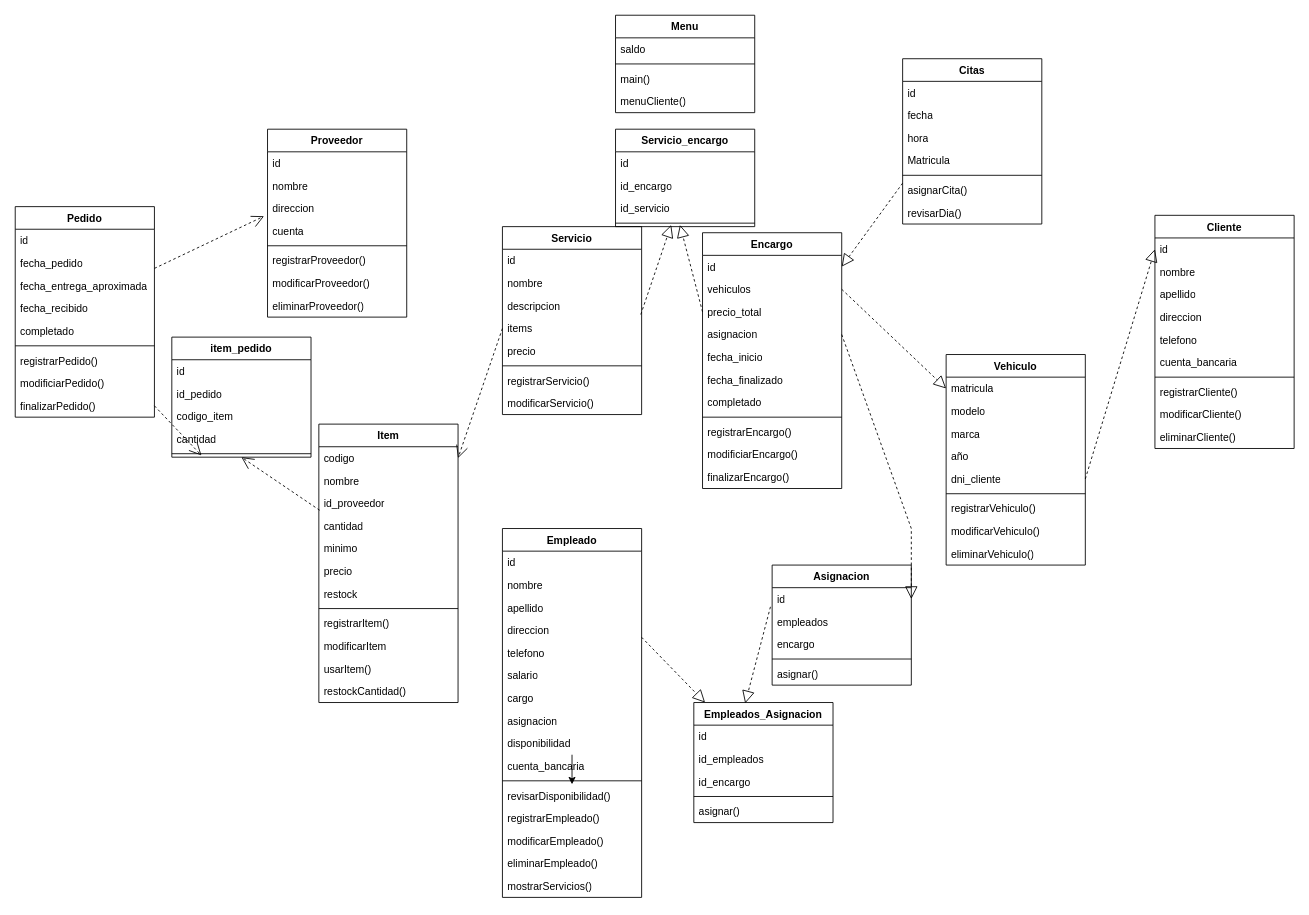
The draw.io diagram DiagramaClases.drawio in fabricio-cesur/Gestor-Taller, before the edit. Source tidied: cells renumbered, new cells numbered last; positions are measured from the earlier drawing's top-left corner, leaving out a move shared by most shapes. Both pictures are drawn from the tidied source at 87%, with x=0, y=0 at pixel (15, 15).
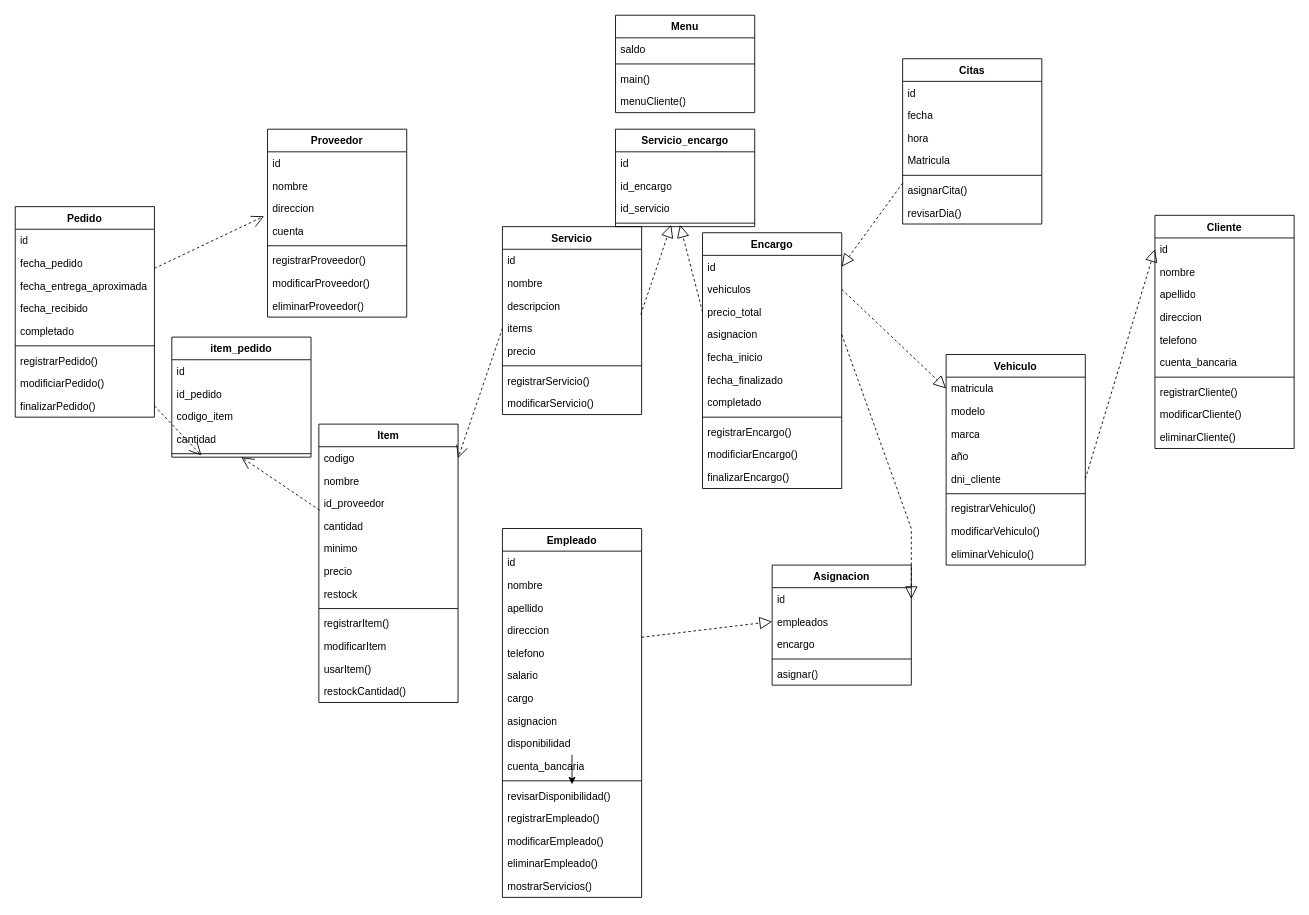
Above is the later version.

Unchanged cells that the change refers to:
```xml
<mxCell id="57" value="direccion" style="text;strokeColor=none;fillColor=none;align=left;verticalAlign=top;spacingLeft=4;spacingRight=4;overflow=hidden;points=[[0,0.5],[1,0.5]];portConstraint=eastwest;whiteSpace=wrap;html=1;" parent="53" vertex="1">
  <mxGeometry y="104" width="160" height="26" as="geometry" />
</mxCell>
<mxCell id="72" value="id&lt;div&gt;&lt;br&gt;&lt;/div&gt;" style="text;strokeColor=none;fillColor=none;align=left;verticalAlign=top;spacingLeft=4;spacingRight=4;overflow=hidden;points=[[0,0.5],[1,0.5]];portConstraint=eastwest;whiteSpace=wrap;html=1;" parent="71" vertex="1">
  <mxGeometry y="26" width="160" height="26" as="geometry" />
</mxCell>
<mxCell id="73" value="empleados" style="text;strokeColor=none;fillColor=none;align=left;verticalAlign=top;spacingLeft=4;spacingRight=4;overflow=hidden;points=[[0,0.5],[1,0.5]];portConstraint=eastwest;whiteSpace=wrap;html=1;" parent="71" vertex="1">
  <mxGeometry y="52" width="160" height="26" as="geometry" />
</mxCell>
```

Change to the diagram source:
```diff
@@
-    <mxCell id="91" style="endArrow=block;dashed=1;endFill=0;endSize=12;html=1;rounded=0;exitX=1;exitY=0.808;exitDx=0;exitDy=0;exitPerimeter=0;" parent="1" edge="1" source="57" target="135">
+    <mxCell id="91" style="endArrow=block;dashed=1;endFill=0;endSize=12;html=1;rounded=0;exitX=1;exitY=0.808;exitDx=0;exitDy=0;exitPerimeter=0;entryX=0;entryY=0.5;entryDx=0;entryDy=0;" parent="1" edge="1" source="57" target="73">
       <mxGeometry relative="1" as="geometry" />
     </mxCell>
@@
-    <mxCell id="135" value="&lt;span style=&quot;color: rgb(0, 0, 0);&quot;&gt;Empleados_&lt;/span&gt;Asignacion" style="swimlane;fontStyle=1;align=center;verticalAlign=top;horizontal=1;startSize=26;whiteSpace=wrap;html=1;" parent="1" vertex="1">
-      <mxGeometry x="780" y="790" width="160" height="138" as="geometry" />
-    </mxCell>
-    <mxCell id="136" value="id&lt;div&gt;&lt;br&gt;&lt;/div&gt;" style="text;strokeColor=none;fillColor=none;align=left;verticalAlign=top;spacingLeft=4;spacingRight=4;overflow=hidden;whiteSpace=wrap;html=1;" parent="135" vertex="1">
-      <mxGeometry y="26" width="160" height="26" as="geometry" />
-    </mxCell>
-    <mxCell id="137" value="id_empleados" style="text;strokeColor=none;fillColor=none;align=left;verticalAlign=top;spacingLeft=4;spacingRight=4;overflow=hidden;whiteSpace=wrap;html=1;" parent="135" vertex="1">
-      <mxGeometry y="52" width="160" height="26" as="geometry" />
-    </mxCell>
-    <mxCell id="138" value="id_encargo" style="text;strokeColor=none;fillColor=none;align=left;verticalAlign=top;spacingLeft=4;spacingRight=4;overflow=hidden;whiteSpace=wrap;html=1;" parent="135" vertex="1">
-      <mxGeometry y="78" width="160" height="26" as="geometry" />
-    </mxCell>
-    <mxCell id="139" style="line;strokeWidth=1;fillColor=none;align=left;verticalAlign=middle;spacingTop=-1;spacingLeft=3;spacingRight=3;labelPosition=right;strokeColor=inherit;" parent="135" vertex="1">
-      <mxGeometry y="104" width="160" height="8" as="geometry" />
-    </mxCell>
-    <mxCell id="140" value="asignar()" style="text;strokeColor=none;fillColor=none;align=left;verticalAlign=top;spacingLeft=4;spacingRight=4;overflow=hidden;whiteSpace=wrap;html=1;" parent="135" vertex="1">
-      <mxGeometry y="112" width="160" height="26" as="geometry" />
-    </mxCell>
-    <mxCell id="141" style="endArrow=block;dashed=1;endFill=0;endSize=12;html=1;rounded=0;exitX=-0.012;exitY=0.846;exitDx=0;exitDy=0;exitPerimeter=0;entryX=0.369;entryY=0.007;entryDx=0;entryDy=0;entryPerimeter=0;" parent="1" edge="1" source="72" target="135">
-      <mxGeometry relative="1" as="geometry" />
-    </mxCell>
```
